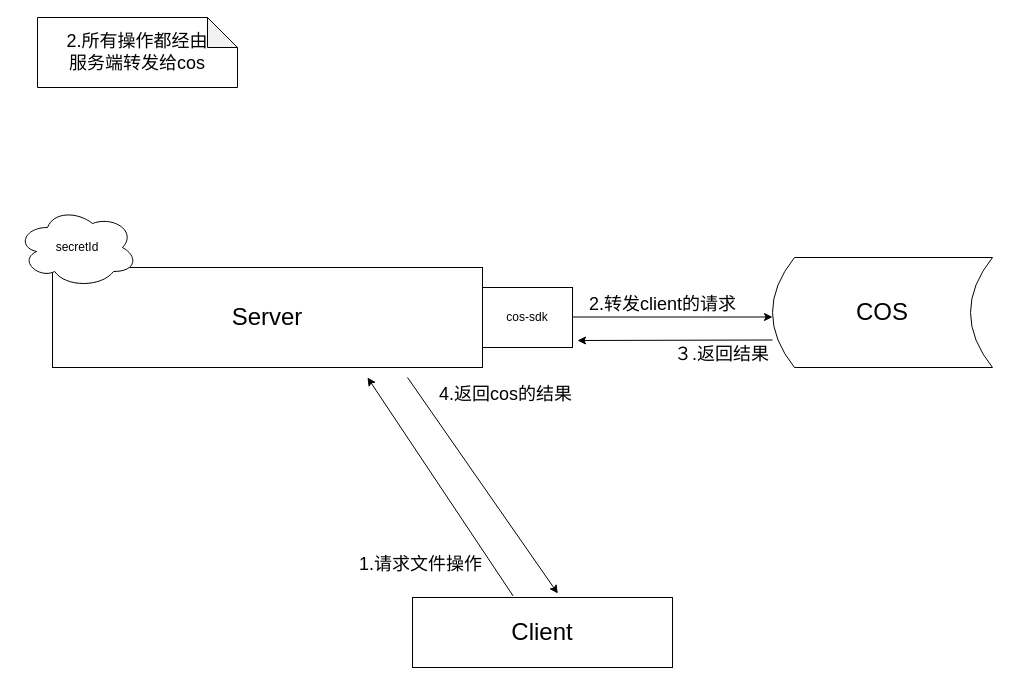
Before: dms-架构图2.drawio in logxxx/Something, a draw.io diagram. Source tidied: cells renumbered, new cells numbered last; positions are measured from the earlier drawing's top-left corner, leaving out a move shared by most shapes. Both pictures are drawn from the tidied source at 100%, with x=0, y=0 at pixel (17, 17).
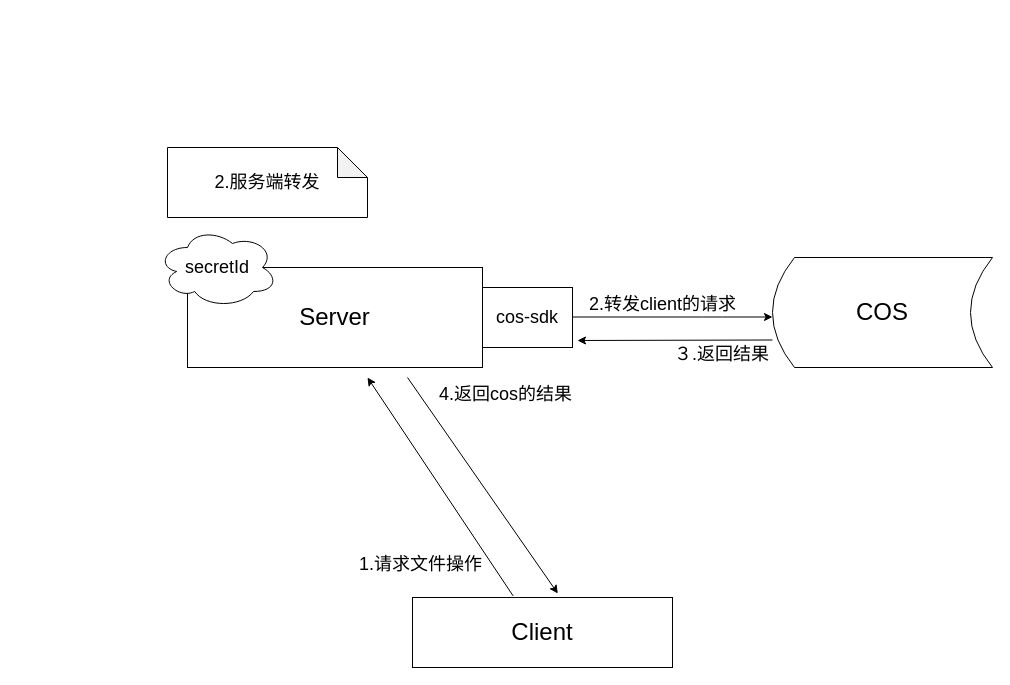
Above is the later version.

What changed in the source:
```diff
@@
 <mxGraphModel background="#ffffff">
   <root>
     <mxCell id="0" />
     <mxCell id="1" parent="0" />
     <mxCell id="2" value="&lt;font style=&quot;font-size: 24px&quot;&gt;Server&lt;/font&gt;" style="rounded=0;whiteSpace=wrap;html=1;" parent="1" vertex="1">
-      <mxGeometry x="35" y="250" width="430" height="100" as="geometry" />
+      <mxGeometry x="170" y="250" width="295" height="100" as="geometry" />
     </mxCell>
     <mxCell id="3" value="&lt;font style=&quot;font-size: 24px&quot;&gt;Client&lt;/font&gt;" style="rounded=0;whiteSpace=wrap;html=1;" parent="1" vertex="1">
       <mxGeometry x="395" y="580" width="260" height="70" as="geometry" />
     </mxCell>
     <mxCell id="4" value="&lt;font style=&quot;font-size: 24px&quot;&gt;COS&lt;/font&gt;" style="shape=dataStorage;whiteSpace=wrap;html=1;" parent="1" vertex="1">
       <mxGeometry x="755" y="240" width="220" height="110" as="geometry" />
     </mxCell>
     <mxCell id="5" style="endArrow=classic;html=1;" parent="1" edge="1">
       <mxGeometry relative="1" as="geometry">
         <mxPoint x="555" y="299.5" as="sourcePoint" />
         <mxPoint x="755" y="299.5" as="targetPoint" />
         <Array as="points">
           <mxPoint x="695" y="299.5" />
         </Array>
       </mxGeometry>
     </mxCell>
     <mxCell id="6" value="&lt;span style=&quot;text-align: center&quot;&gt;&lt;font style=&quot;font-size: 18px&quot;&gt;1.请求文件操作&lt;/font&gt;&lt;/span&gt;" style="text;whiteSpace=wrap;html=1;" parent="1" vertex="1">
       <mxGeometry x="340" y="530" width="210" height="80" as="geometry" />
     </mxCell>
-    <mxCell id="7" value="&lt;font style=&quot;font-size: 18px&quot;&gt;2.所有操作都经由&lt;br&gt;服务端转发给cos&lt;br&gt;&lt;/font&gt;" style="shape=note;whiteSpace=wrap;html=1;backgroundOutline=1;darkOpacity=0.05;" parent="1" vertex="1">
-      <mxGeometry x="20" width="200" height="70" as="geometry" />
+    <mxCell id="7" value="&lt;font style=&quot;font-size: 18px&quot;&gt;2.服务端转发&lt;br&gt;&lt;/font&gt;" style="shape=note;whiteSpace=wrap;html=1;backgroundOutline=1;darkOpacity=0.05;" parent="1" vertex="1">
+      <mxGeometry x="150" y="130" width="200" height="70" as="geometry" />
     </mxCell>
-    <mxCell id="8" value="secretId" style="ellipse;shape=cloud;whiteSpace=wrap;html=1;" parent="1" vertex="1">
-      <mxGeometry y="190" width="120" height="80" as="geometry" />
+    <mxCell id="8" value="&lt;font style=&quot;font-size: 18px&quot;&gt;secretId&lt;/font&gt;" style="ellipse;shape=cloud;whiteSpace=wrap;html=1;" parent="1" vertex="1">
+      <mxGeometry x="140" y="210" width="120" height="80" as="geometry" />
     </mxCell>
-    <mxCell id="9" value="cos-sdk" style="rounded=0;whiteSpace=wrap;html=1;" parent="1" vertex="1">
+    <mxCell id="9" value="&lt;font style=&quot;font-size: 18px&quot;&gt;cos-sdk&lt;/font&gt;" style="rounded=0;whiteSpace=wrap;html=1;" parent="1" vertex="1">
       <mxGeometry x="465" y="270" width="90" height="60" as="geometry" />
     </mxCell>
     <mxCell id="10" style="endArrow=classic;html=1;exitX=0;exitY=0.75;exitDx=0;exitDy=0;" parent="1" edge="1" source="4">
       <mxGeometry relative="1" as="geometry">
         <mxPoint x="560" y="323" as="targetPoint" />
       </mxGeometry>
     </mxCell>
     <mxCell id="11" style="endArrow=classic;html=1;exitX=0.387;exitY=-0.023;exitDx=0;exitDy=0;exitPerimeter=0;" parent="1" edge="1" source="3">
       <mxGeometry relative="1" as="geometry">
         <mxPoint x="350" y="360" as="targetPoint" />
       </mxGeometry>
     </mxCell>
     <mxCell id="12" value="&lt;span style=&quot;text-align: center&quot;&gt;&lt;font style=&quot;font-size: 18px&quot;&gt;2.转发client的请求&lt;/font&gt;&lt;/span&gt;" style="text;whiteSpace=wrap;html=1;" parent="1" vertex="1">
       <mxGeometry x="570" y="270" width="210" height="80" as="geometry" />
     </mxCell>
     <mxCell id="13" value="&lt;span style=&quot;text-align: center&quot;&gt;&lt;font style=&quot;font-size: 18px&quot;&gt;３.返回结果&lt;/font&gt;&lt;/span&gt;" style="text;whiteSpace=wrap;html=1;" parent="1" vertex="1">
       <mxGeometry x="655" y="320" width="210" height="80" as="geometry" />
     </mxCell>
     <mxCell id="14" style="endArrow=classic;html=1;entryX=0.559;entryY=-0.057;entryDx=0;entryDy=0;entryPerimeter=0;" parent="1" edge="1" target="3">
       <mxGeometry relative="1" as="geometry">
         <mxPoint x="390" y="360" as="sourcePoint" />
       </mxGeometry>
     </mxCell>
     <mxCell id="15" value="&lt;span style=&quot;text-align: center&quot;&gt;&lt;font style=&quot;font-size: 18px&quot;&gt;4.返回cos的结果&lt;/font&gt;&lt;/span&gt;" style="text;whiteSpace=wrap;html=1;" parent="1" vertex="1">
       <mxGeometry x="420" y="360" width="210" height="80" as="geometry" />
     </mxCell>
   </root>
 </mxGraphModel>
```
